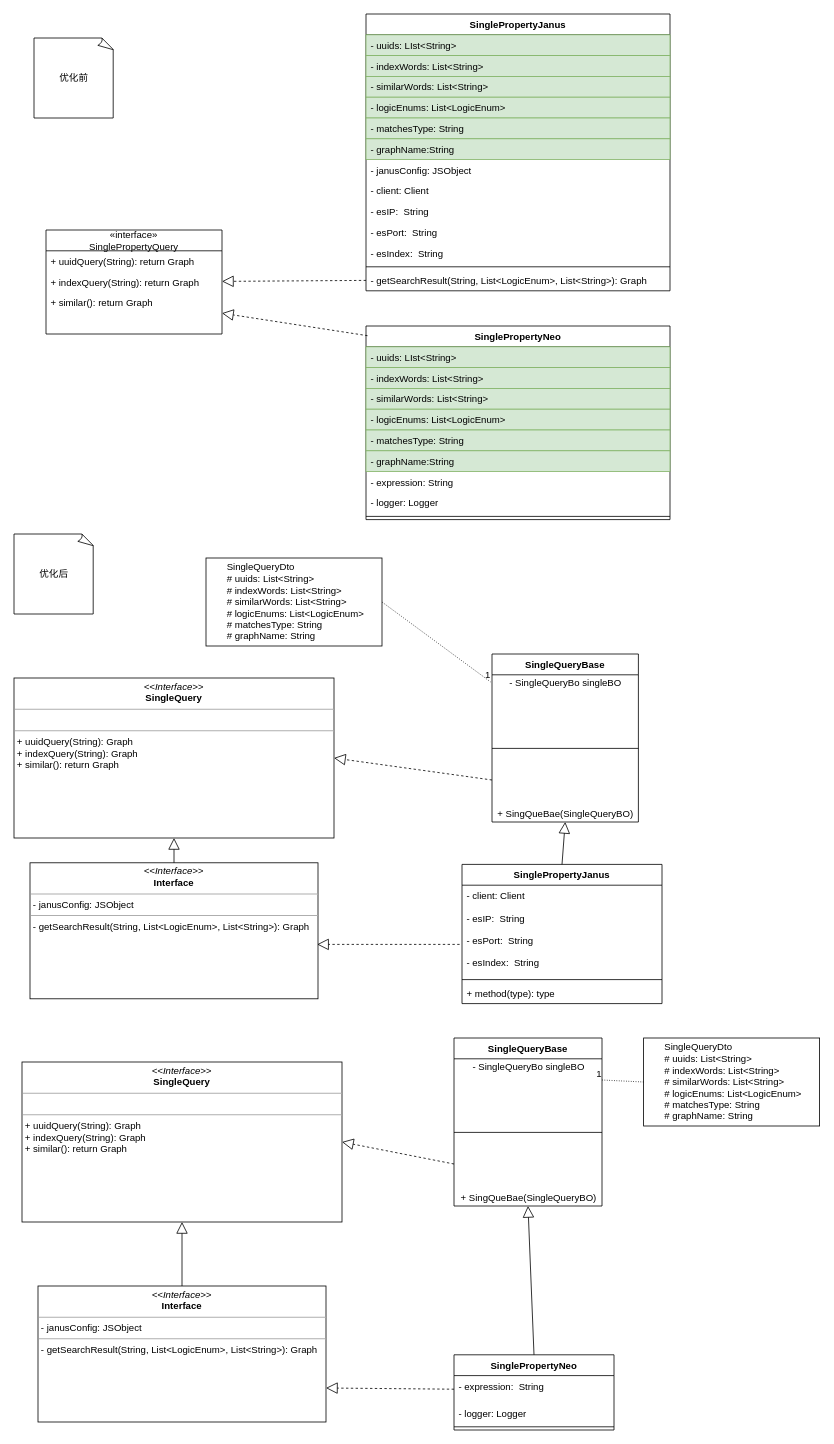
Above: images/Untitled Diagram.drawio in xu116/-learning (draw.io), before the change. Source tidied: cells renumbered, new cells numbered last; positions are measured from the earlier drawing's top-left corner, leaving out a move shared by most shapes. Both pictures are drawn from the tidied source at 80%, with x=0, y=0 at pixel (14, 14).
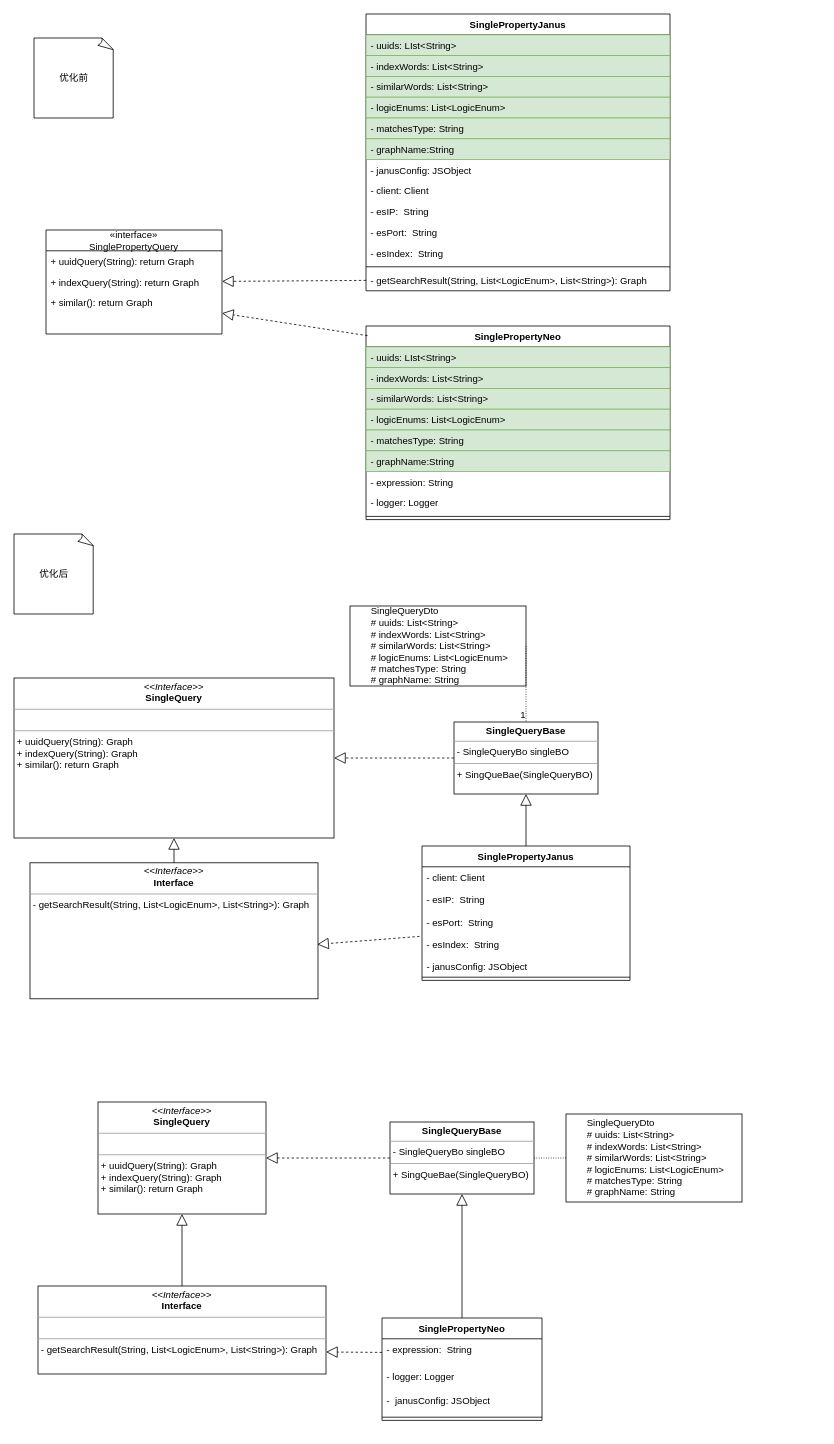
The same diagram, later.

The change refers to these unchanged cells:
```xml
<mxCell id="38" value="&lt;p style=&quot;margin: 0px ; margin-top: 4px ; text-align: center&quot;&gt;&lt;i&gt;&amp;lt;&amp;lt;Interface&amp;gt;&amp;gt;&lt;/i&gt;&lt;br&gt;&lt;b&gt;SingleQuery&lt;/b&gt;&lt;/p&gt;&lt;hr size=&quot;1&quot;&gt;&lt;p style=&quot;margin: 0px ; margin-left: 4px&quot;&gt;&lt;br&gt;&lt;/p&gt;&lt;hr size=&quot;1&quot;&gt;&lt;p style=&quot;margin: 0px ; margin-left: 4px&quot;&gt;+ uuidQuery(String): Graph&lt;/p&gt;&lt;p style=&quot;margin: 0px ; margin-left: 4px&quot;&gt;+ indexQuery(String): Graph&lt;/p&gt;&lt;p style=&quot;margin: 0px ; margin-left: 4px&quot;&gt;+ similar(): return Graph&lt;br&gt;&lt;/p&gt;" style="verticalAlign=top;align=left;overflow=fill;fontSize=12;fontFamily=Helvetica;html=1;" parent="1" vertex="1">
  <mxGeometry y="830" width="400" height="200" as="geometry" />
</mxCell>
```

The edit, as a diff of the source:
```diff
@@
     <mxCell id="20" value="SinglePropertyNeo" style="swimlane;fontStyle=1;align=center;verticalAlign=top;horizontal=1;startSize=26;" parent="1" vertex="1">
-      <mxGeometry x="550" y="1676" width="200" height="94" as="geometry" />
+      <mxGeometry x="460" y="1630" width="200" height="128" as="geometry" />
     </mxCell>
@@
     <mxCell id="22" value="- logger: Logger" style="text;strokeColor=none;fillColor=none;align=left;verticalAlign=top;spacingLeft=4;spacingRight=4;overflow=hidden;" parent="20" vertex="1">
-      <mxGeometry y="60" width="200" height="26" as="geometry" />
+      <mxGeometry y="60" width="200" height="30" as="geometry" />
     </mxCell>
+    <mxCell id="68" value="-  janusConfig: JSObject" style="text;strokeColor=none;fillColor=none;align=left;verticalAlign=top;spacingLeft=4;spacingRight=4;overflow=hidden;" parent="20" vertex="1">
+      <mxGeometry y="90" width="200" height="30" as="geometry" />
+    </mxCell>
     <mxCell id="23" style="line;strokeWidth=1;fillColor=none;align=left;verticalAlign=middle;spacingTop=-1;spacingLeft=3;spacingRight=3;labelPosition=right;" parent="20" vertex="1">
-      <mxGeometry y="86" width="200" height="8" as="geometry" />
+      <mxGeometry y="120" width="200" height="8" as="geometry" />
     </mxCell>
@@
-    <mxCell id="39" value="SingleQueryBase" style="swimlane;fontStyle=1;align=center;verticalAlign=top;horizontal=1;startSize=26;" parent="1" vertex="1">
-      <mxGeometry x="597.5" y="800" width="183" height="210" as="geometry" />
-    </mxCell>
-    <mxCell id="40" value="- SingleQueryBo singleBO" style="text;html=1;align=center;verticalAlign=middle;points=[];" parent="39" vertex="1">
-      <mxGeometry y="26" width="183" height="20" as="geometry" />
-    </mxCell>
-    <mxCell id="41" style="line;strokeWidth=1;fillColor=none;align=left;verticalAlign=middle;spacingTop=-1;spacingLeft=3;spacingRight=3;labelPosition=right;" parent="39" vertex="1">
-      <mxGeometry y="46" width="183" height="144" as="geometry" />
-    </mxCell>
-    <mxCell id="42" value="+ SingQueBae(SingleQueryBO)" style="text;html=1;align=center;verticalAlign=middle;" parent="39" vertex="1">
-      <mxGeometry y="190" width="183" height="20" as="geometry" />
-    </mxCell>
-    <mxCell id="43" style="endArrow=block;dashed=1;endFill=0;endSize=12;html=1;entryX=1;entryY=0.5;entryDx=0;entryDy=0;exitX=0;exitY=0.75;exitDx=0;exitDy=0;" parent="1" edge="1" source="39" target="38">
+    <mxCell id="43" style="endArrow=block;dashed=1;endFill=0;endSize=12;html=1;entryX=1;entryY=0.5;entryDx=0;entryDy=0;exitX=0;exitY=0.5;exitDx=0;exitDy=0;" parent="1" edge="1" source="70" target="38">
       <mxGeometry relative="1" as="geometry" />
     </mxCell>
-    <mxCell id="44" value="&lt;p style=&quot;margin: 0px ; margin-top: 4px ; text-align: center&quot;&gt;&lt;i&gt;&amp;lt;&amp;lt;Interface&amp;gt;&amp;gt;&lt;/i&gt;&lt;br&gt;&lt;b&gt;Interface&lt;/b&gt;&lt;/p&gt;&lt;hr size=&quot;1&quot;&gt;&lt;p style=&quot;margin: 0px ; margin-left: 4px&quot;&gt;- janusConfig: JSObject&lt;br&gt;&lt;/p&gt;&lt;hr size=&quot;1&quot;&gt;&lt;p style=&quot;margin: 0px ; margin-left: 4px&quot;&gt;- getSearchResult(String, List&amp;lt;LogicEnum&amp;gt;, List&amp;lt;String&amp;gt;): Graph&lt;br&gt;&lt;/p&gt;" style="verticalAlign=top;align=left;overflow=fill;fontSize=12;fontFamily=Helvetica;html=1;" parent="1" vertex="1">
+    <mxCell id="44" value="&lt;p style=&quot;margin: 0px ; margin-top: 4px ; text-align: center&quot;&gt;&lt;i&gt;&amp;lt;&amp;lt;Interface&amp;gt;&amp;gt;&lt;/i&gt;&lt;br&gt;&lt;b&gt;Interface&lt;/b&gt;&lt;/p&gt;&lt;hr size=&quot;1&quot;&gt;&lt;p style=&quot;margin: 0px ; margin-left: 4px&quot;&gt;&lt;/p&gt;&lt;p style=&quot;margin: 0px ; margin-left: 4px&quot;&gt;- getSearchResult(String, List&amp;lt;LogicEnum&amp;gt;, List&amp;lt;String&amp;gt;): Graph&lt;br&gt;&lt;/p&gt;" style="verticalAlign=top;align=left;overflow=fill;fontSize=12;fontFamily=Helvetica;html=1;" parent="1" vertex="1">
       <mxGeometry x="20" y="1061" width="360" height="170" as="geometry" />
     </mxCell>
     <mxCell id="45" value="SinglePropertyJanus" style="swimlane;fontStyle=1;align=center;verticalAlign=top;horizontal=1;startSize=26;" parent="1" vertex="1">
-      <mxGeometry x="560" y="1063" width="250" height="174" as="geometry" />
+      <mxGeometry x="510" y="1040" width="260" height="168" as="geometry" />
     </mxCell>
-    <mxCell id="46" value="- client: Client&#10;&#10;- esIP:  String&#10;&#10;- esPort:  String&#10;&#10;- esIndex:  String&#10;" style="text;strokeColor=none;fillColor=none;align=left;verticalAlign=top;spacingLeft=4;spacingRight=4;overflow=hidden;points=[[0,0.5],[1,0.5]];portConstraint=eastwest;" parent="45" vertex="1">
-      <mxGeometry y="26" width="250" height="114" as="geometry" />
+    <mxCell id="46" value="- client: Client&#10;&#10;- esIP:  String&#10;&#10;- esPort:  String&#10;&#10;- esIndex:  String&#10;&#10;- janusConfig: JSObject&#10;" style="text;strokeColor=none;fillColor=none;align=left;verticalAlign=top;spacingLeft=4;spacingRight=4;overflow=hidden;points=[[0,0.5],[1,0.5]];portConstraint=eastwest;" parent="45" vertex="1">
+      <mxGeometry y="26" width="260" height="134" as="geometry" />
     </mxCell>
     <mxCell id="47" style="line;strokeWidth=1;fillColor=none;align=left;verticalAlign=middle;spacingTop=-1;spacingLeft=3;spacingRight=3;labelPosition=right;" parent="45" vertex="1">
-      <mxGeometry y="140" width="250" height="8" as="geometry" />
+      <mxGeometry y="160" width="260" height="8" as="geometry" />
     </mxCell>
-    <mxCell id="48" value="+ method(type): type" style="text;strokeColor=none;fillColor=none;align=left;verticalAlign=top;spacingLeft=4;spacingRight=4;overflow=hidden;" parent="45" vertex="1">
-      <mxGeometry y="148" width="250" height="26" as="geometry" />
-    </mxCell>
-    <mxCell id="49" style="edgeStyle=none;html=1;endSize=12;endArrow=block;endFill=0;entryX=0.5;entryY=1;entryDx=0;entryDy=0;exitX=0.5;exitY=0;exitDx=0;exitDy=0;" parent="1" edge="1" source="45" target="39">
+    <mxCell id="49" style="edgeStyle=none;html=1;endSize=12;endArrow=block;endFill=0;entryX=0.5;entryY=1;entryDx=0;entryDy=0;exitX=0.5;exitY=0;exitDx=0;exitDy=0;" parent="1" edge="1" source="45" target="70">
       <mxGeometry relative="1" as="geometry" />
     </mxCell>
@@
     <mxCell id="52" value="&lt;p style=&quot;margin: 0px ; margin-top: 4px ; text-align: center&quot;&gt;&lt;i&gt;&amp;lt;&amp;lt;Interface&amp;gt;&amp;gt;&lt;/i&gt;&lt;br&gt;&lt;b&gt;SingleQuery&lt;/b&gt;&lt;/p&gt;&lt;hr size=&quot;1&quot;&gt;&lt;p style=&quot;margin: 0px ; margin-left: 4px&quot;&gt;&lt;br&gt;&lt;/p&gt;&lt;hr size=&quot;1&quot;&gt;&lt;p style=&quot;margin: 0px ; margin-left: 4px&quot;&gt;+ uuidQuery(String): Graph&lt;/p&gt;&lt;p style=&quot;margin: 0px ; margin-left: 4px&quot;&gt;+ indexQuery(String): Graph&lt;/p&gt;&lt;p style=&quot;margin: 0px ; margin-left: 4px&quot;&gt;+ similar(): return Graph&lt;br&gt;&lt;/p&gt;" style="verticalAlign=top;align=left;overflow=fill;fontSize=12;fontFamily=Helvetica;html=1;" parent="1" vertex="1">
-      <mxGeometry x="10" y="1310" width="400" height="200" as="geometry" />
+      <mxGeometry x="105" y="1360" width="210" height="140" as="geometry" />
     </mxCell>
-    <mxCell id="53" value="SingleQueryBase" style="swimlane;fontStyle=1;align=center;verticalAlign=top;horizontal=1;startSize=26;" parent="1" vertex="1">
-      <mxGeometry x="550" y="1280" width="185" height="210" as="geometry" />
-    </mxCell>
-    <mxCell id="54" value="- SingleQueryBo singleBO" style="text;html=1;align=center;verticalAlign=middle;" parent="53" vertex="1">
-      <mxGeometry y="26" width="185" height="20" as="geometry" />
-    </mxCell>
-    <mxCell id="55" style="line;strokeWidth=1;fillColor=none;align=left;verticalAlign=middle;spacingTop=-1;spacingLeft=3;spacingRight=3;labelPosition=right;" parent="53" vertex="1">
-      <mxGeometry y="46" width="185" height="144" as="geometry" />
-    </mxCell>
-    <mxCell id="56" value="+ SingQueBae(SingleQueryBO)" style="text;html=1;align=center;verticalAlign=middle;" parent="53" vertex="1">
-      <mxGeometry y="190" width="185" height="20" as="geometry" />
-    </mxCell>
-    <mxCell id="57" style="endArrow=block;dashed=1;endFill=0;endSize=12;html=1;entryX=1;entryY=0.5;entryDx=0;entryDy=0;exitX=0;exitY=0.75;exitDx=0;exitDy=0;" parent="1" edge="1" source="53" target="52">
+    <mxCell id="57" style="endArrow=block;dashed=1;endFill=0;endSize=12;html=1;entryX=1;entryY=0.5;entryDx=0;entryDy=0;exitX=0;exitY=0.5;exitDx=0;exitDy=0;" parent="1" edge="1" source="69" target="52">
       <mxGeometry relative="1" as="geometry" />
     </mxCell>
-    <mxCell id="58" value="&lt;p style=&quot;margin: 0px ; margin-top: 4px ; text-align: center&quot;&gt;&lt;i&gt;&amp;lt;&amp;lt;Interface&amp;gt;&amp;gt;&lt;/i&gt;&lt;br&gt;&lt;b&gt;Interface&lt;/b&gt;&lt;/p&gt;&lt;hr size=&quot;1&quot;&gt;&lt;p style=&quot;margin: 0px ; margin-left: 4px&quot;&gt;- janusConfig: JSObject&lt;br&gt;&lt;/p&gt;&lt;hr size=&quot;1&quot;&gt;&lt;p style=&quot;margin: 0px ; margin-left: 4px&quot;&gt;- getSearchResult(String, List&amp;lt;LogicEnum&amp;gt;, List&amp;lt;String&amp;gt;): Graph&lt;br&gt;&lt;/p&gt;" style="verticalAlign=top;align=left;overflow=fill;fontSize=12;fontFamily=Helvetica;html=1;" parent="1" vertex="1">
-      <mxGeometry x="30" y="1590" width="360" height="170" as="geometry" />
+    <mxCell id="58" value="&lt;p style=&quot;margin: 0px ; margin-top: 4px ; text-align: center&quot;&gt;&lt;i&gt;&amp;lt;&amp;lt;Interface&amp;gt;&amp;gt;&lt;/i&gt;&lt;br&gt;&lt;b&gt;Interface&lt;/b&gt;&lt;/p&gt;&lt;hr size=&quot;1&quot;&gt;&lt;p style=&quot;margin: 0px ; margin-left: 4px&quot;&gt;&lt;br&gt;&lt;/p&gt;&lt;hr size=&quot;1&quot;&gt;&lt;p style=&quot;margin: 0px ; margin-left: 4px&quot;&gt;- getSearchResult(String, List&amp;lt;LogicEnum&amp;gt;, List&amp;lt;String&amp;gt;): Graph&lt;br&gt;&lt;/p&gt;" style="verticalAlign=top;align=left;overflow=fill;fontSize=12;fontFamily=Helvetica;html=1;" parent="1" vertex="1">
+      <mxGeometry x="30" y="1590" width="360" height="110" as="geometry" />
     </mxCell>
-    <mxCell id="59" style="edgeStyle=none;html=1;endSize=12;endArrow=block;endFill=0;entryX=0.5;entryY=1;entryDx=0;entryDy=0;exitX=0.5;exitY=0;exitDx=0;exitDy=0;" parent="1" edge="1" source="20" target="53">
+    <mxCell id="59" style="edgeStyle=none;html=1;endSize=12;endArrow=block;endFill=0;entryX=0.5;entryY=1;entryDx=0;entryDy=0;exitX=0.5;exitY=0;exitDx=0;exitDy=0;" parent="1" edge="1" source="20" target="69">
       <mxGeometry relative="1" as="geometry" />
     </mxCell>
@@
     <mxCell id="62" value="&lt;p style=&quot;text-align: left ; white-space: nowrap ; margin: 0px 0px 0px 4px&quot;&gt;&lt;span&gt;SingleQueryDto&lt;/span&gt;&lt;/p&gt;&lt;p style=&quot;text-align: left ; white-space: nowrap ; margin: 0px 0px 0px 4px&quot;&gt;&lt;span&gt;# uuids: List&amp;lt;String&amp;gt;&lt;/span&gt;&lt;br&gt;&lt;/p&gt;&lt;p style=&quot;text-align: left ; white-space: nowrap ; margin: 0px 0px 0px 4px&quot;&gt;# indexWords: List&amp;lt;String&amp;gt;&lt;/p&gt;&lt;p style=&quot;text-align: left ; white-space: nowrap ; margin: 0px 0px 0px 4px&quot;&gt;# similarWords: List&amp;lt;String&amp;gt;&lt;/p&gt;&lt;p style=&quot;text-align: left ; white-space: nowrap ; margin: 0px 0px 0px 4px&quot;&gt;# logicEnums: List&amp;lt;LogicEnum&amp;gt;&lt;/p&gt;&lt;p style=&quot;text-align: left ; white-space: nowrap ; margin: 0px 0px 0px 4px&quot;&gt;# matchesType: String&lt;/p&gt;&lt;p style=&quot;text-align: left ; white-space: nowrap ; margin: 0px 0px 0px 4px&quot;&gt;# graphName: String&lt;/p&gt;" style="whiteSpace=wrap;html=1;align=center;" parent="1" vertex="1">
-      <mxGeometry x="240" y="680" width="220" height="110" as="geometry" />
+      <mxGeometry x="420" y="740" width="220" height="100" as="geometry" />
     </mxCell>
-    <mxCell id="63" style="endArrow=none;html=1;rounded=0;dashed=1;dashPattern=1 2;entryX=-0.009;entryY=0.45;entryDx=0;entryDy=0;entryPerimeter=0;exitX=1;exitY=0.5;exitDx=0;exitDy=0;" parent="1" edge="1" source="62" target="40">
+    <mxCell id="63" style="endArrow=none;html=1;rounded=0;dashed=1;dashPattern=1 2;entryX=0.5;entryY=0;entryDx=0;entryDy=0;exitX=1;exitY=0.5;exitDx=0;exitDy=0;" parent="1" edge="1" source="62" target="70">
       <mxGeometry relative="1" as="geometry" />
     </mxCell>
@@
     <mxCell id="65" value="&lt;p style=&quot;text-align: left ; white-space: nowrap ; margin: 0px 0px 0px 4px&quot;&gt;&lt;span&gt;SingleQueryDto&lt;/span&gt;&lt;/p&gt;&lt;p style=&quot;text-align: left ; white-space: nowrap ; margin: 0px 0px 0px 4px&quot;&gt;&lt;span&gt;# uuids: List&amp;lt;String&amp;gt;&lt;/span&gt;&lt;br&gt;&lt;/p&gt;&lt;p style=&quot;text-align: left ; white-space: nowrap ; margin: 0px 0px 0px 4px&quot;&gt;# indexWords: List&amp;lt;String&amp;gt;&lt;/p&gt;&lt;p style=&quot;text-align: left ; white-space: nowrap ; margin: 0px 0px 0px 4px&quot;&gt;# similarWords: List&amp;lt;String&amp;gt;&lt;/p&gt;&lt;p style=&quot;text-align: left ; white-space: nowrap ; margin: 0px 0px 0px 4px&quot;&gt;# logicEnums: List&amp;lt;LogicEnum&amp;gt;&lt;/p&gt;&lt;p style=&quot;text-align: left ; white-space: nowrap ; margin: 0px 0px 0px 4px&quot;&gt;# matchesType: String&lt;/p&gt;&lt;p style=&quot;text-align: left ; white-space: nowrap ; margin: 0px 0px 0px 4px&quot;&gt;# graphName: String&lt;/p&gt;" style="whiteSpace=wrap;html=1;align=center;" parent="1" vertex="1">
-      <mxGeometry x="787" y="1280" width="220" height="110" as="geometry" />
+      <mxGeometry x="690" y="1375" width="220" height="110" as="geometry" />
     </mxCell>
-    <mxCell id="66" style="endArrow=none;html=1;rounded=0;dashed=1;dashPattern=1 2;entryX=1;entryY=0.25;entryDx=0;entryDy=0;exitX=0;exitY=0.5;exitDx=0;exitDy=0;" parent="1" edge="1" source="65" target="53">
+    <mxCell id="66" style="endArrow=none;html=1;rounded=0;dashed=1;dashPattern=1 2;entryX=1;entryY=0.5;entryDx=0;entryDy=0;exitX=0;exitY=0.5;exitDx=0;exitDy=0;" parent="1" edge="1" source="65" target="69">
       <mxGeometry relative="1" as="geometry" />
     </mxCell>
@@
+    <mxCell id="69" value="&lt;p style=&quot;margin: 0px ; margin-top: 4px ; text-align: center&quot;&gt;&lt;span style=&quot;font-weight: 700&quot;&gt;SingleQueryBase&lt;/span&gt;&lt;br&gt;&lt;/p&gt;&lt;hr size=&quot;1&quot;&gt;&lt;p style=&quot;margin: 0px ; margin-left: 4px&quot;&gt;&lt;span style=&quot;text-align: center&quot;&gt;- SingleQueryBo singleBO&lt;/span&gt;&lt;br&gt;&lt;/p&gt;&lt;hr size=&quot;1&quot;&gt;&lt;p style=&quot;margin: 0px ; margin-left: 4px&quot;&gt;&lt;span style=&quot;text-align: center&quot;&gt;+ SingQueBae(SingleQueryBO)&lt;/span&gt;&lt;br&gt;&lt;/p&gt;" style="verticalAlign=top;align=left;overflow=fill;fontSize=12;fontFamily=Helvetica;html=1;" parent="1" vertex="1">
+      <mxGeometry x="470" y="1385" width="180" height="90" as="geometry" />
+    </mxCell>
+    <mxCell id="70" value="&lt;p style=&quot;margin: 0px ; margin-top: 4px ; text-align: center&quot;&gt;&lt;span style=&quot;font-weight: 700&quot;&gt;SingleQueryBase&lt;/span&gt;&lt;br&gt;&lt;/p&gt;&lt;hr size=&quot;1&quot;&gt;&lt;p style=&quot;margin: 0px ; margin-left: 4px&quot;&gt;&lt;span style=&quot;text-align: center&quot;&gt;- SingleQueryBo singleBO&lt;/span&gt;&lt;br&gt;&lt;/p&gt;&lt;hr size=&quot;1&quot;&gt;&lt;p style=&quot;margin: 0px ; margin-left: 4px&quot;&gt;&lt;span style=&quot;text-align: center&quot;&gt;+ SingQueBae(SingleQueryBO)&lt;/span&gt;&lt;br&gt;&lt;/p&gt;" style="verticalAlign=top;align=left;overflow=fill;fontSize=12;fontFamily=Helvetica;html=1;" parent="1" vertex="1">
+      <mxGeometry x="550" y="885" width="180" height="90" as="geometry" />
+    </mxCell>
```
